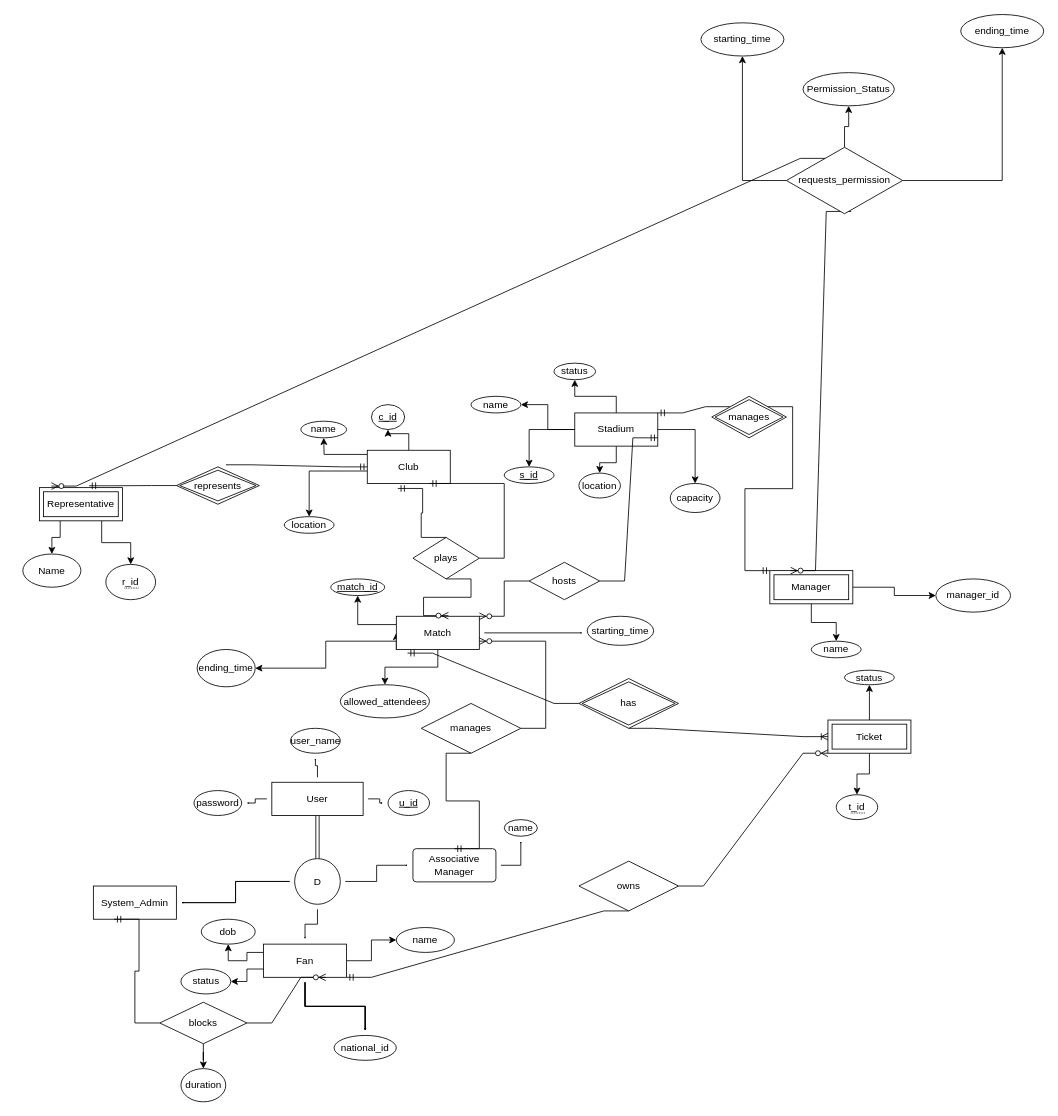
Above: MileStone(1).drawio in Aelmeky/Stadium_tickets_system (draw.io), before the change. Source tidied: cells renumbered, new cells numbered last; positions are measured from the earlier drawing's top-left corner, leaving out a move shared by most shapes. Both pictures are drawn from the tidied source at 83%, with x=0, y=0 at pixel (22, 14).
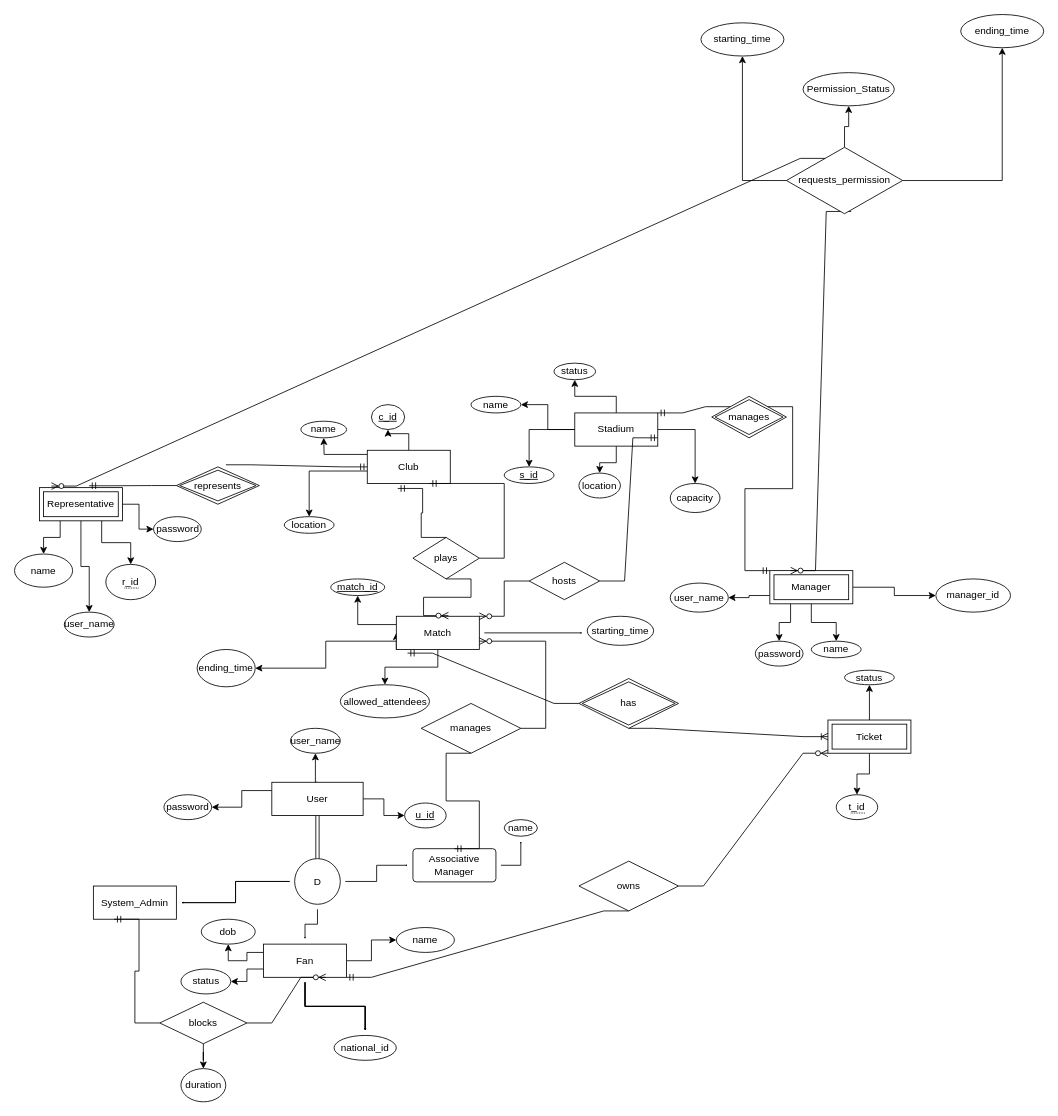
Above is the later version.

Commit message:
feat: Add username,password to manager and rep.

Unchanged cells that the change refers to:
```xml
<mxCell id="12" value="User" style="whiteSpace=wrap;html=1;align=center;" parent="1" vertex="1">
  <mxGeometry x="300" y="925" width="110" height="40" as="geometry" />
</mxCell>
<mxCell id="27" value="Representative" style="shape=ext;margin=3;double=1;whiteSpace=wrap;html=1;align=center;" parent="1" vertex="1">
  <mxGeometry x="20" y="570" width="100" height="40" as="geometry" />
</mxCell>
<mxCell id="32" value="Manager" style="shape=ext;margin=3;double=1;whiteSpace=wrap;html=1;align=center;" parent="1" vertex="1">
  <mxGeometry x="900" y="670" width="100" height="40" as="geometry" />
</mxCell>
<mxCell id="39" value="D" style="ellipse;whiteSpace=wrap;html=1;" parent="1" vertex="1">
  <mxGeometry x="327.5" y="1017" width="55" height="55" as="geometry" />
</mxCell>
<mxCell id="52" value="user_name" style="ellipse;whiteSpace=wrap;html=1;align=center;" parent="1" vertex="1">
  <mxGeometry x="322.5" y="860" width="60" height="30" as="geometry" />
</mxCell>
```

Change to the diagram source:
```diff
@@
+    <mxCell id="11" style="edgeStyle=orthogonalEdgeStyle;shape=link;rounded=0;jettySize=auto;html=1;exitX=0.5;exitY=1;exitDx=0;exitDy=0;" parent="1" edge="1" source="12" target="39">
+      <mxGeometry relative="1" as="geometry" />
+    </mxCell>
+    <mxCell id="10" style="edgeStyle=orthogonalEdgeStyle;rounded=0;jettySize=auto;html=1;exitX=0;exitY=0.25;exitDx=0;exitDy=0;entryX=1;entryY=0.5;entryDx=0;entryDy=0;" parent="1" edge="1" source="12" target="53">
+      <mxGeometry relative="1" as="geometry" />
+    </mxCell>
+    <mxCell id="9" style="edgeStyle=orthogonalEdgeStyle;rounded=0;jettySize=auto;html=1;exitX=0.5;exitY=0;exitDx=0;exitDy=0;entryX=0.5;entryY=1;entryDx=0;entryDy=0;" parent="1" edge="1" source="12" target="52">
+      <mxGeometry relative="1" as="geometry" />
+    </mxCell>
-    <mxCell id="8" style="edgeStyle=orthogonalEdgeStyle;rounded=0;jettySize=auto;html=1;startSize=0;endSize=0;sourcePerimeterSpacing=6;targetPerimeterSpacing=6;" parent="1" edge="1" source="12" target="51">
+    <mxCell id="8" style="edgeStyle=orthogonalEdgeStyle;rounded=0;jettySize=auto;html=1;exitX=1;exitY=0.5;exitDx=0;exitDy=0;entryX=0;entryY=0.5;entryDx=0;entryDy=0;" parent="1" edge="1" source="12" target="51">
       <mxGeometry relative="1" as="geometry" />
     </mxCell>
-    <mxCell id="9" style="edgeStyle=orthogonalEdgeStyle;rounded=0;jettySize=auto;html=1;startSize=0;endSize=0;sourcePerimeterSpacing=6;targetPerimeterSpacing=6;" parent="1" edge="1" source="12" target="52">
-      <mxGeometry relative="1" as="geometry" />
-    </mxCell>
-    <mxCell id="10" style="edgeStyle=orthogonalEdgeStyle;rounded=0;jettySize=auto;html=1;startSize=0;endSize=0;sourcePerimeterSpacing=6;targetPerimeterSpacing=6;" parent="1" edge="1" source="12" target="53">
-      <mxGeometry relative="1" as="geometry" />
-    </mxCell>
-    <mxCell id="11" style="edgeStyle=orthogonalEdgeStyle;shape=link;rounded=0;jettySize=auto;html=1;exitX=0.5;exitY=1;exitDx=0;exitDy=0;" parent="1" edge="1" source="12" target="39">
-      <mxGeometry relative="1" as="geometry" />
-    </mxCell>
@@
+    <mxCell id="112" style="edgeStyle=orthogonalEdgeStyle;rounded=0;jettySize=auto;html=1;exitX=0.5;exitY=1;exitDx=0;exitDy=0;entryX=0.5;entryY=0;entryDx=0;entryDy=0;" parent="1" edge="1" source="27" target="116">
+      <mxGeometry relative="1" as="geometry" />
+    </mxCell>
+    <mxCell id="113" style="edgeStyle=orthogonalEdgeStyle;rounded=0;jettySize=auto;html=1;exitX=1;exitY=0.5;exitDx=0;exitDy=0;entryX=0;entryY=0.5;entryDx=0;entryDy=0;" parent="1" edge="1" source="27" target="117">
+      <mxGeometry relative="1" as="geometry" />
+    </mxCell>
@@
-    <mxCell id="29" value="Name" style="ellipse;whiteSpace=wrap;html=1;align=center;" parent="1" vertex="1">
-      <mxGeometry y="650" width="70" height="40" as="geometry" />
+    <mxCell id="29" value="name" style="ellipse;whiteSpace=wrap;html=1;align=center;" parent="1" vertex="1">
+      <mxGeometry x="-10" y="650" width="70" height="40" as="geometry" />
     </mxCell>
@@
+    <mxCell id="114" style="edgeStyle=orthogonalEdgeStyle;rounded=0;jettySize=auto;html=1;exitX=0.25;exitY=1;exitDx=0;exitDy=0;entryX=0.5;entryY=0;entryDx=0;entryDy=0;" parent="1" edge="1" source="32" target="119">
+      <mxGeometry relative="1" as="geometry" />
+    </mxCell>
+    <mxCell id="115" style="edgeStyle=orthogonalEdgeStyle;rounded=0;jettySize=auto;html=1;exitX=0;exitY=0.75;exitDx=0;exitDy=0;entryX=1;entryY=0.5;entryDx=0;entryDy=0;" parent="1" edge="1" source="32" target="118">
+      <mxGeometry relative="1" as="geometry" />
+    </mxCell>
@@
     <mxCell id="51" value="&lt;div&gt;u_id&lt;/div&gt;" style="ellipse;whiteSpace=wrap;html=1;align=center;fontStyle=4;" parent="1" vertex="1">
-      <mxGeometry x="440" y="935" width="50" height="30" as="geometry" />
+      <mxGeometry x="460" y="950" width="50" height="30" as="geometry" />
     </mxCell>
@@
     <mxCell id="53" value="password" style="ellipse;whiteSpace=wrap;html=1;align=center;" parent="1" vertex="1">
-      <mxGeometry x="206.2" y="935" width="57.5" height="30" as="geometry" />
+      <mxGeometry x="170" y="940" width="57.5" height="30" as="geometry" />
     </mxCell>
@@
+    <mxCell id="116" value="user_name" style="ellipse;whiteSpace=wrap;html=1;align=center;" parent="1" vertex="1">
+      <mxGeometry x="50" y="720" width="60" height="30" as="geometry" />
+    </mxCell>
+    <mxCell id="117" value="password" style="ellipse;whiteSpace=wrap;html=1;align=center;" parent="1" vertex="1">
+      <mxGeometry x="157.5" y="605" width="57.5" height="30" as="geometry" />
+    </mxCell>
+    <mxCell id="118" value="user_name" style="ellipse;whiteSpace=wrap;html=1;align=center;" parent="1" vertex="1">
+      <mxGeometry x="780" y="685" width="70" height="35" as="geometry" />
+    </mxCell>
+    <mxCell id="119" value="password" style="ellipse;whiteSpace=wrap;html=1;align=center;" parent="1" vertex="1">
+      <mxGeometry x="882.5" y="755" width="57.5" height="30" as="geometry" />
+    </mxCell>
```
